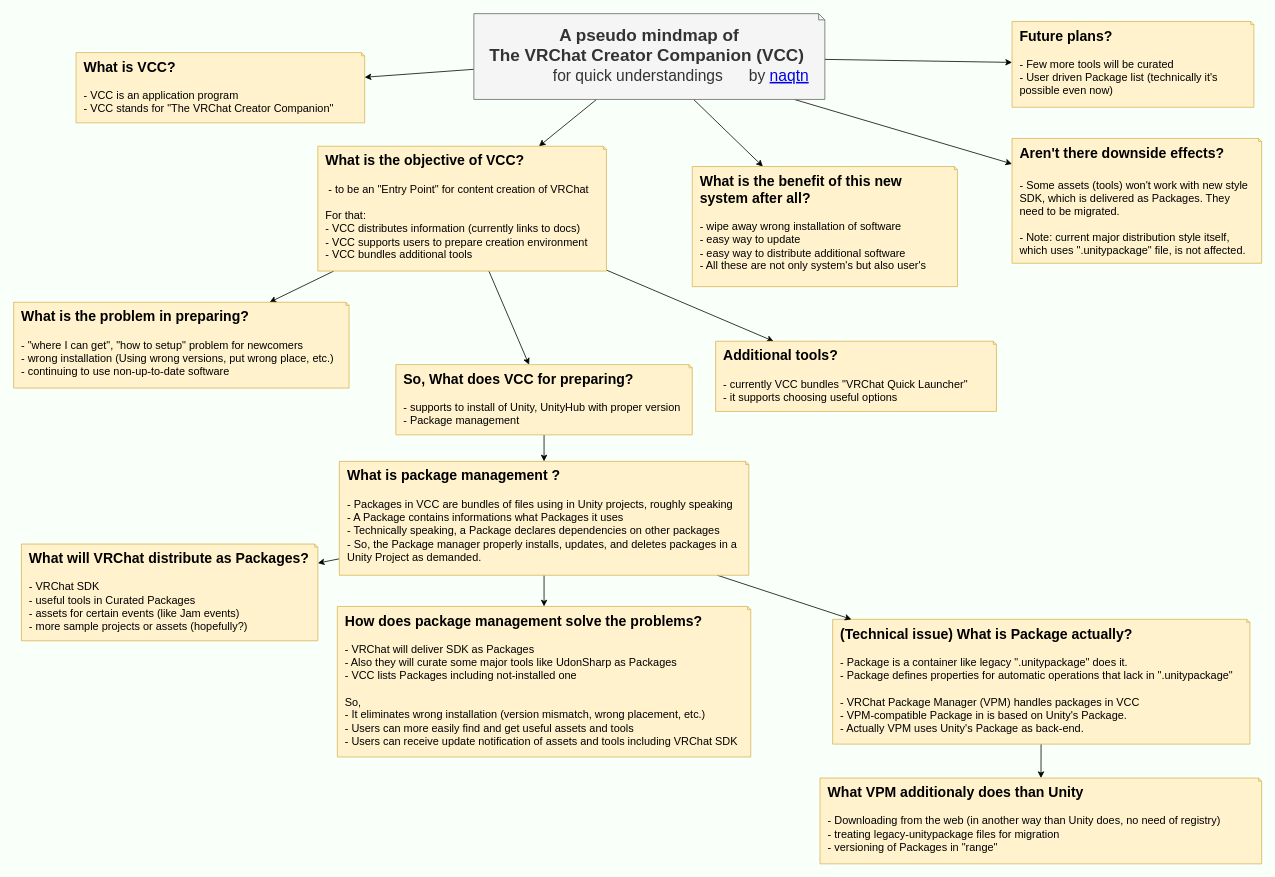
Before: page "mindmap-en" (2 of 4) of docs/topics/vcc/vcc-map.drawio in naqtn/vrchat-naqtn-misc, a draw.io diagram. Source tidied: cells renumbered, new cells numbered last; positions are measured from the earlier drawing's top-left corner, leaving out a move shared by most shapes. Both pictures are drawn from the tidied source at 78%, with x=0, y=0 at pixel (13, 13).
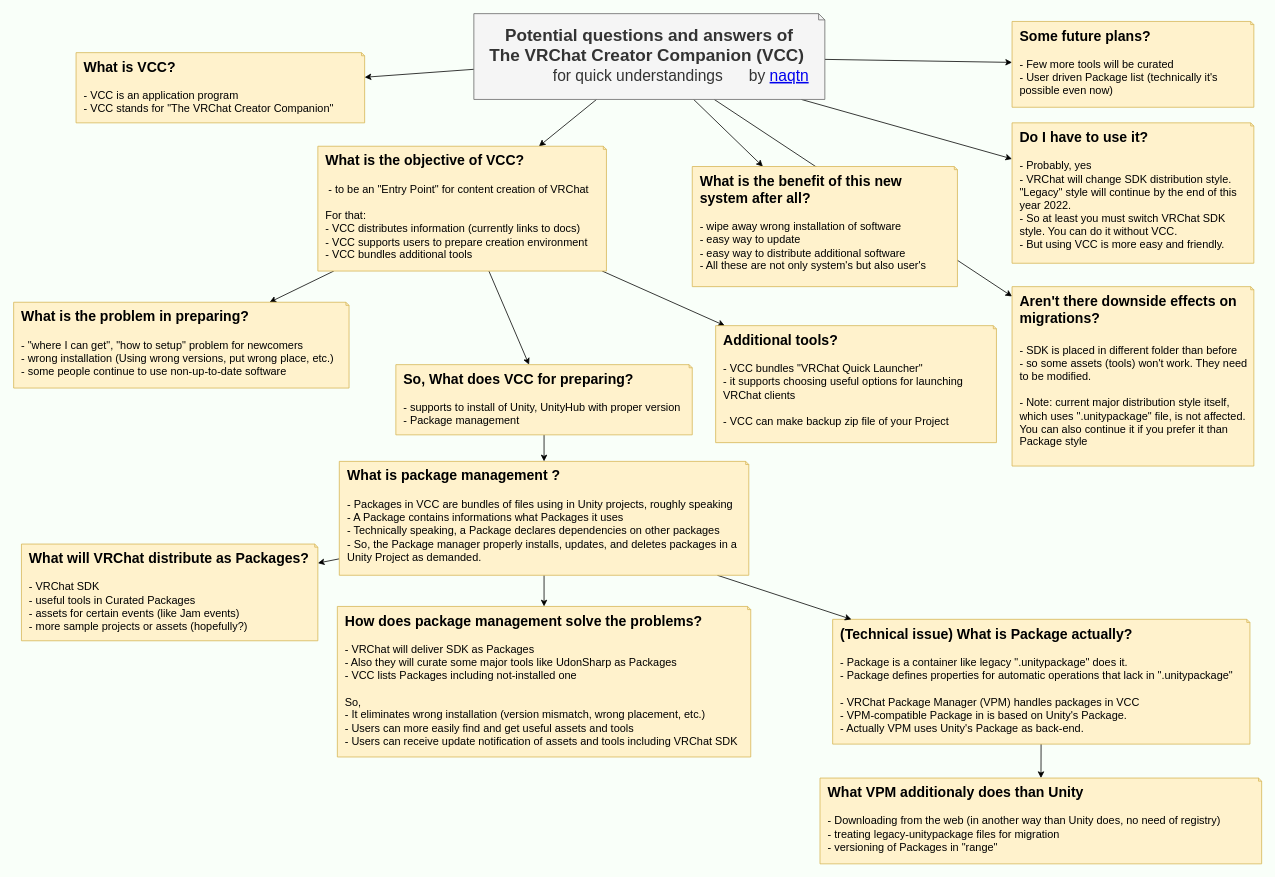
The same page after the edit.

Commit message:
add Japanese mind-map

What changed in the source:
```diff
@@
+    <mxCell id="29" style="rounded=0;jettySize=auto;html=1;" parent="1" edge="1" source="7" target="30">
+      <mxGeometry relative="1" as="geometry" />
+    </mxCell>
-    <mxCell id="7" value="&lt;font style=&quot;font-size: 22px&quot;&gt;&lt;span&gt;&lt;b&gt;A pseudo mindmap of&lt;/b&gt;&lt;/span&gt;&lt;br&gt;&lt;b&gt;The VRChat Creator Companion (VCC)&amp;nbsp;&lt;/b&gt;&lt;br&gt;&lt;div style=&quot;font-size: 20px ; text-align: right&quot;&gt;for quick understandings&amp;nbsp; &amp;nbsp; &amp;nbsp; by &lt;a href=&quot;https://twitter.com/naqtn&quot;&gt;naqtn&lt;/a&gt;&lt;/div&gt;&lt;/font&gt;" style="shape=note2;boundedLbl=1;whiteSpace=wrap;html=1;size=8;verticalAlign=top;align=center;fillColor=#f5f5f5;strokeColor=#666666;fontColor=#333333;" parent="1" vertex="1">
+    <mxCell id="7" value="&lt;font&gt;&lt;span style=&quot;font-size: 22px&quot;&gt;&lt;b&gt;Potential questions and answers of&lt;/b&gt;&lt;/span&gt;&lt;br&gt;&lt;b style=&quot;font-size: 22px&quot;&gt;The VRChat Creator Companion (VCC)&amp;nbsp;&lt;/b&gt;&lt;br&gt;&lt;div style=&quot;font-size: 20px ; text-align: right&quot;&gt;for quick understandings&amp;nbsp; &amp;nbsp; &amp;nbsp; by &lt;a href=&quot;https://twitter.com/naqtn&quot;&gt;naqtn&lt;/a&gt;&lt;/div&gt;&lt;/font&gt;" style="shape=note2;boundedLbl=1;whiteSpace=wrap;html=1;size=8;verticalAlign=top;align=center;fillColor=#f5f5f5;strokeColor=#666666;fontColor=#333333;" parent="1" vertex="1">
       <mxGeometry x="590" width="450" height="110" as="geometry" />
     </mxCell>
@@
-    <mxCell id="13" value="&lt;b&gt;&lt;font style=&quot;font-size: 18px&quot;&gt;Future plans?&lt;/font&gt;&lt;br&gt;&lt;/b&gt;&lt;br&gt;-&lt;span&gt;&amp;nbsp;Few more tools will be curated&lt;/span&gt;&lt;div&gt;- User driven Package list (technically it's possible even now)&lt;/div&gt;" style="shape=note2;boundedLbl=1;whiteSpace=wrap;html=1;size=4;verticalAlign=top;align=left;fillColor=#fff2cc;strokeColor=#d6b656;spacing=0;spacingLeft=10;fontSize=14;spacingRight=10;" parent="1" vertex="1">
+    <mxCell id="13" value="&lt;b&gt;&lt;font style=&quot;font-size: 18px&quot;&gt;Some future plans?&lt;/font&gt;&lt;br&gt;&lt;/b&gt;&lt;br&gt;-&lt;span&gt;&amp;nbsp;Few more tools will be curated&lt;/span&gt;&lt;div&gt;- User driven Package list (technically it's possible even now)&lt;/div&gt;" style="shape=note2;boundedLbl=1;whiteSpace=wrap;html=1;size=4;verticalAlign=top;align=left;fillColor=#fff2cc;strokeColor=#d6b656;spacing=0;spacingLeft=10;fontSize=14;spacingRight=10;" parent="1" vertex="1">
       <mxGeometry x="1280" y="10" width="310" height="110" as="geometry" />
     </mxCell>
@@
-    <mxCell id="24" value="&lt;b&gt;&lt;font style=&quot;font-size: 18px&quot;&gt;What is the problem in preparing?&lt;/font&gt;&lt;/b&gt;&lt;br&gt;&lt;br&gt;&lt;span&gt;- &quot;where I can get&quot;, &quot;how to setup&quot; problem for newcomers&lt;/span&gt;&lt;div&gt;- wrong installation (Using wrong versions, put wrong place, etc.)&lt;/div&gt;&lt;span&gt;- continuing to use non-up-to-date software&lt;/span&gt;" style="shape=note2;boundedLbl=1;whiteSpace=wrap;html=1;size=4;verticalAlign=top;align=left;fillColor=#fff2cc;strokeColor=#d6b656;spacing=0;spacingLeft=10;fontSize=14;spacingRight=10;" parent="1" vertex="1">
+    <mxCell id="24" value="&lt;b&gt;&lt;font style=&quot;font-size: 18px&quot;&gt;What is the problem in preparing?&lt;/font&gt;&lt;/b&gt;&lt;br&gt;&lt;br&gt;&lt;span&gt;- &quot;where I can get&quot;, &quot;how to setup&quot; problem for newcomers&lt;/span&gt;&lt;div&gt;- wrong installation (Using wrong versions, put wrong place, etc.)&lt;/div&gt;&lt;span&gt;- some people continue to use non-up-to-date software&lt;/span&gt;" style="shape=note2;boundedLbl=1;whiteSpace=wrap;html=1;size=4;verticalAlign=top;align=left;fillColor=#fff2cc;strokeColor=#d6b656;spacing=0;spacingLeft=10;fontSize=14;spacingRight=10;" parent="1" vertex="1">
       <mxGeometry y="370" width="430" height="110" as="geometry" />
     </mxCell>
@@
-    <mxCell id="27" value="&lt;font style=&quot;font-size: 18px&quot;&gt;&lt;b&gt;Additional tools?&lt;/b&gt;&lt;br&gt;&lt;/font&gt;&lt;br&gt;- currently VCC bundles &quot;VRChat Quick Launcher&quot;&lt;br&gt;- it supports choosing useful options" style="shape=note2;boundedLbl=1;whiteSpace=wrap;html=1;size=4;verticalAlign=top;align=left;fillColor=#fff2cc;strokeColor=#d6b656;spacing=0;spacingLeft=10;fontSize=14;spacingRight=10;" parent="1" vertex="1">
-      <mxGeometry x="900" y="420" width="360" height="90" as="geometry" />
+    <mxCell id="27" value="&lt;font style=&quot;font-size: 18px&quot;&gt;&lt;b&gt;Additional tools?&lt;/b&gt;&lt;br&gt;&lt;/font&gt;&lt;br&gt;- VCC bundles &quot;VRChat Quick Launcher&quot;&lt;br&gt;- it supports choosing useful options for launching VRChat clients&lt;br&gt;&lt;br&gt;- VCC can make backup zip file of your Project" style="shape=note2;boundedLbl=1;whiteSpace=wrap;html=1;size=4;verticalAlign=top;align=left;fillColor=#fff2cc;strokeColor=#d6b656;spacing=0;spacingLeft=10;fontSize=14;spacingRight=10;" parent="1" vertex="1">
+      <mxGeometry x="900" y="400" width="360" height="150" as="geometry" />
     </mxCell>
-    <mxCell id="28" value="&lt;b style=&quot;font-size: 18px&quot;&gt;Aren't there downside effects?&lt;br&gt;&lt;br&gt;&lt;/b&gt;- Some assets (tools) won't work with new style SDK, which is delivered as Packages. They need to be migrated.&lt;br&gt;&lt;div&gt;&lt;br&gt;&lt;/div&gt;&lt;div&gt;- Note: current major distribution style itself, which uses &quot;.unitypackage&quot; file, is not affected.&lt;/div&gt;" style="shape=note2;boundedLbl=1;whiteSpace=wrap;html=1;size=4;verticalAlign=top;align=left;fillColor=#fff2cc;strokeColor=#d6b656;spacing=0;spacingLeft=10;fontSize=14;spacingRight=10;" parent="1" vertex="1">
-      <mxGeometry x="1280" y="160" width="320" height="160" as="geometry" />
+    <mxCell id="28" value="&lt;b style=&quot;font-size: 18px&quot;&gt;Aren't there downside effects on migrations?&lt;br&gt;&lt;br&gt;&lt;/b&gt;- SDK is placed in different folder than before&lt;br&gt;&lt;div&gt;&lt;/div&gt;- so some assets (tools) won't work. They need to be modified.&lt;br&gt;&lt;br&gt;&lt;div&gt;- Note: current major distribution style itself, which uses &quot;.unitypackage&quot; file, is not affected. You can also continue it if you prefer it than Package style&lt;/div&gt;" style="shape=note2;boundedLbl=1;whiteSpace=wrap;html=1;size=4;verticalAlign=top;align=left;fillColor=#fff2cc;strokeColor=#d6b656;spacing=0;spacingLeft=10;fontSize=14;spacingRight=10;" parent="1" vertex="1">
+      <mxGeometry x="1280" y="350" width="310" height="230" as="geometry" />
     </mxCell>
+    <mxCell id="30" value="&lt;b style=&quot;font-size: 18px&quot;&gt;Do I have to use it?&lt;br&gt;&lt;/b&gt;&lt;span&gt;&lt;br&gt;&lt;/span&gt;&lt;span&gt;- Probably, yes&lt;/span&gt;&lt;span&gt;&lt;div&gt;- VRChat will change SDK distribution style. &quot;Legacy&quot; style will continue by the end of this year 2022.&lt;/div&gt;&lt;div&gt;- So at least you must switch VRChat SDK style. You can do it without VCC.&lt;/div&gt;&lt;div&gt;- But using VCC is more easy and friendly.&lt;/div&gt;&lt;/span&gt;" style="shape=note2;boundedLbl=1;whiteSpace=wrap;html=1;size=4;verticalAlign=top;align=left;fillColor=#fff2cc;strokeColor=#d6b656;spacing=0;spacingLeft=10;fontSize=14;spacingRight=10;" parent="1" vertex="1">
+      <mxGeometry x="1280" y="140" width="310" height="180" as="geometry" />
+    </mxCell>
```
